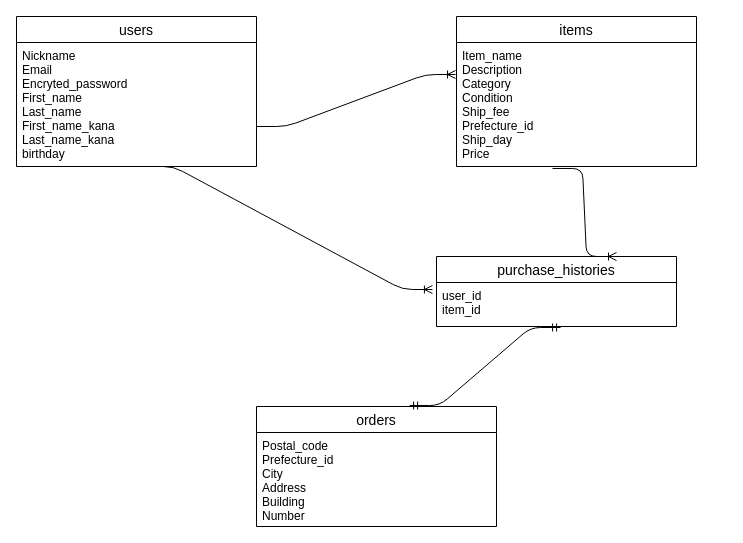
Earlier version of the draw.io diagram ER図.dio (ogguraaaaa/furima-36552). Source tidied: cells renumbered, new cells numbered last; positions are measured from the earlier drawing's top-left corner, leaving out a move shared by most shapes. Both pictures are drawn from the tidied source at 100%, with x=0, y=0 at pixel (16, 16).
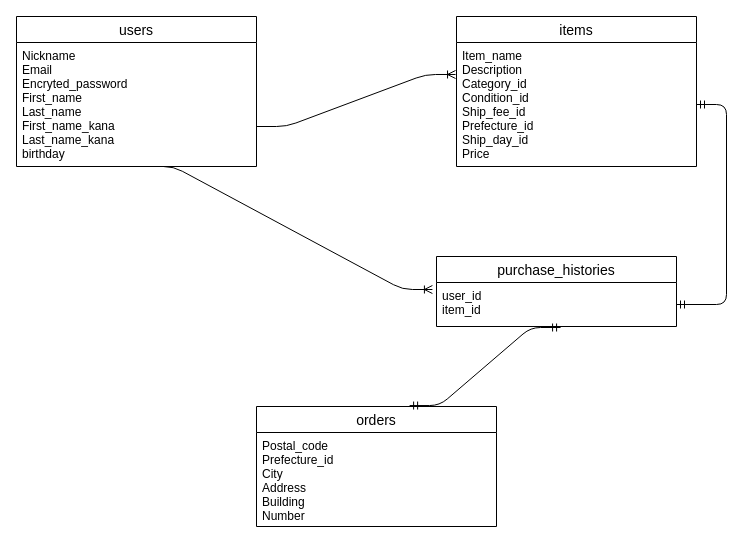
After the change.

Commit message (it also covers changes not shown here):
6件追加コメントの修正

Diff of the diagram source:
```diff
@@
 <mxGraphModel>
   <root>
     <mxCell id="0" />
     <mxCell id="1" parent="0" />
     <mxCell id="2" value="users" style="swimlane;fontStyle=0;horizontal=1;startSize=26;align=center;fontSize=14;" parent="1" vertex="1">
       <mxGeometry width="240" height="150" as="geometry" />
     </mxCell>
     <mxCell id="3" value="Nickname&#10;Email&#10;Encryted_password&#10;First_name&#10;Last_name&#10;First_name_kana&#10;Last_name_kana&#10;birthday&#10;" style="text;strokeColor=none;fillColor=none;spacingLeft=4;spacingRight=4;overflow=hidden;points=[[0,0.5],[1,0.5]];portConstraint=eastwest;fontSize=12;" parent="2" vertex="1">
       <mxGeometry y="26" width="240" height="124" as="geometry" />
     </mxCell>
     <mxCell id="4" value="items" style="swimlane;fontStyle=0;horizontal=1;startSize=26;align=center;fontSize=14;" parent="1" vertex="1">
       <mxGeometry x="440" width="240" height="150" as="geometry" />
     </mxCell>
-    <mxCell id="5" value="Item_name&#10;Description&#10;Category&#10;Condition&#10;Ship_fee&#10;Prefecture_id&#10;Ship_day&#10;Price&#10;" style="text;strokeColor=none;fillColor=none;spacingLeft=4;spacingRight=4;overflow=hidden;points=[[0,0.5],[1,0.5]];portConstraint=eastwest;fontSize=12;" parent="4" vertex="1">
+    <mxCell id="5" value="Item_name&#10;Description&#10;Category_id&#10;Condition_id&#10;Ship_fee_id&#10;Prefecture_id&#10;Ship_day_id&#10;Price&#10;" style="text;strokeColor=none;fillColor=none;spacingLeft=4;spacingRight=4;overflow=hidden;points=[[0,0.5],[1,0.5]];portConstraint=eastwest;fontSize=12;" parent="4" vertex="1">
       <mxGeometry y="26" width="240" height="124" as="geometry" />
     </mxCell>
     <mxCell id="6" value="orders" style="swimlane;fontStyle=0;horizontal=1;startSize=26;align=center;fontSize=14;" parent="1" vertex="1">
       <mxGeometry x="240" y="390" width="240" height="120" as="geometry" />
     </mxCell>
     <mxCell id="7" value="Postal_code&#10;Prefecture_id&#10;City&#10;Address&#10;Building&#10;Number" style="text;strokeColor=none;fillColor=none;spacingLeft=4;spacingRight=4;overflow=hidden;fontSize=12;" parent="6" vertex="1">
       <mxGeometry y="26" width="240" height="94" as="geometry" />
     </mxCell>
     <mxCell id="8" value="purchase_histories" style="swimlane;fontStyle=0;horizontal=1;startSize=26;align=center;fontSize=14;" parent="1" vertex="1">
       <mxGeometry x="420" y="240" width="240" height="70" as="geometry" />
     </mxCell>
     <mxCell id="9" value="user_id&#10;item_id" style="text;strokeColor=none;fillColor=none;spacingLeft=4;spacingRight=4;overflow=hidden;points=[[0,0.5],[1,0.5]];portConstraint=eastwest;fontSize=12;" parent="8" vertex="1">
       <mxGeometry y="26" width="240" height="44" as="geometry" />
     </mxCell>
     <mxCell id="10" style="edgeStyle=entityRelationEdgeStyle;fontSize=12;html=1;endArrow=ERoneToMany;entryX=-0.004;entryY=0.258;entryDx=0;entryDy=0;entryPerimeter=0;" parent="1" edge="1" target="5">
       <mxGeometry relative="1" as="geometry">
         <mxPoint x="240" y="110" as="sourcePoint" />
       </mxGeometry>
     </mxCell>
     <mxCell id="11" style="edgeStyle=entityRelationEdgeStyle;fontSize=12;html=1;endArrow=ERmandOne;startArrow=ERmandOne;entryX=0.517;entryY=1.023;entryDx=0;entryDy=0;entryPerimeter=0;exitX=0.638;exitY=-0.008;exitDx=0;exitDy=0;exitPerimeter=0;" parent="1" edge="1" source="6" target="9">
       <mxGeometry relative="1" as="geometry" />
     </mxCell>
     <mxCell id="12" style="edgeStyle=entityRelationEdgeStyle;fontSize=12;html=1;endArrow=ERoneToMany;exitX=0.529;exitY=1;exitDx=0;exitDy=0;exitPerimeter=0;entryX=-0.017;entryY=0.159;entryDx=0;entryDy=0;entryPerimeter=0;" parent="1" edge="1" source="3" target="9">
       <mxGeometry relative="1" as="geometry" />
     </mxCell>
-    <mxCell id="13" style="edgeStyle=entityRelationEdgeStyle;fontSize=12;html=1;endArrow=ERoneToMany;exitX=0.4;exitY=1.016;exitDx=0;exitDy=0;exitPerimeter=0;entryX=0.75;entryY=0;entryDx=0;entryDy=0;" parent="1" edge="1" source="5" target="8">
+    <mxCell id="13" style="edgeStyle=entityRelationEdgeStyle;fontSize=12;html=1;endArrow=ERmandOne;startArrow=ERmandOne;" parent="1" edge="1" source="9" target="5">
       <mxGeometry relative="1" as="geometry" />
     </mxCell>
   </root>
 </mxGraphModel>
```
